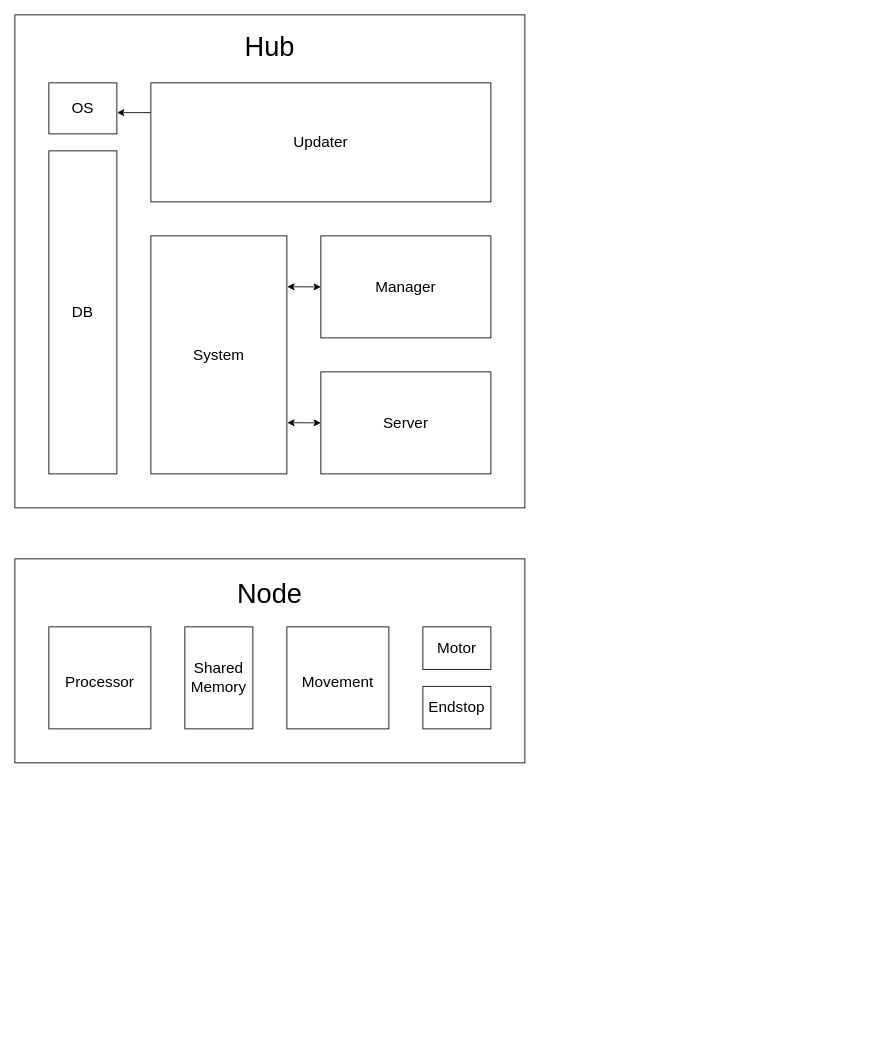
MPZinke/SmartCurtain keeps this draw.io diagram as Documentation/DrawIO/ADS.drawio. Above is the earlier version. Source tidied: cells renumbered, new cells numbered last; positions are measured from the earlier drawing's top-left corner, leaving out a move shared by most shapes. Both pictures are drawn from the tidied source at 85%, with x=0, y=0 at pixel (14, 14).
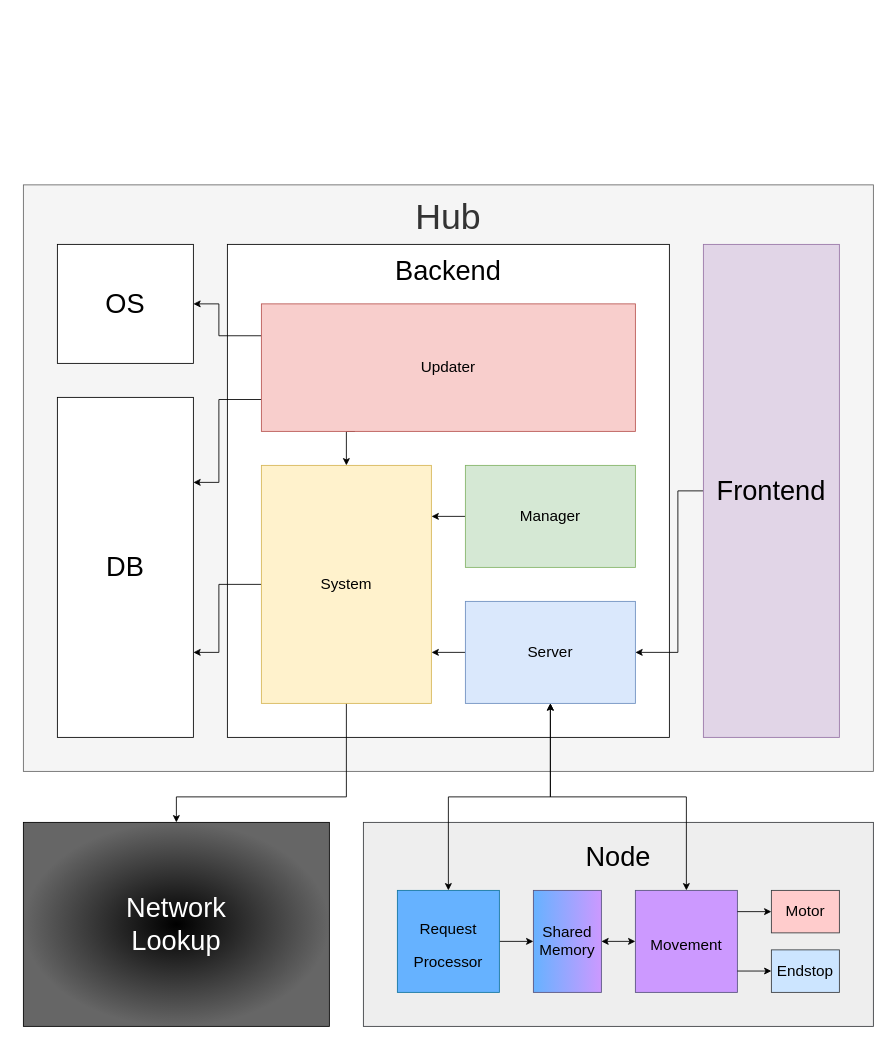
After the change.

What changed in the source:
```diff
@@
+    <mxCell id="18" value="&lt;font style=&quot;font-size: 42px;&quot;&gt;Hub&lt;/font&gt;&lt;br&gt;&lt;br&gt;&lt;br&gt;&lt;br&gt;&lt;br&gt;&lt;br&gt;&lt;br&gt;&lt;br&gt;&lt;br&gt;&lt;br&gt;&lt;br&gt;&lt;br&gt;&lt;br&gt;&lt;br&gt;&lt;br&gt;&lt;br&gt;&lt;br&gt;" style="rounded=0;whiteSpace=wrap;html=1;fontSize=32;fillColor=#f5f5f5;fontColor=#333333;strokeColor=#666666;" parent="1" vertex="1">
+      <mxGeometry x="10" y="200" width="1000" height="690" as="geometry" />
+    </mxCell>
-    <mxCell id="2" value="&lt;div&gt;&lt;font style=&quot;font-size: 32px;&quot;&gt;Hub&lt;/font&gt;&lt;/div&gt;&lt;div&gt;&lt;br&gt;&lt;/div&gt;&lt;div&gt;&lt;br&gt;&lt;/div&gt;&lt;div&gt;&lt;br&gt;&lt;/div&gt;&lt;div&gt;&lt;br&gt;&lt;/div&gt;&lt;div&gt;&lt;br&gt;&lt;/div&gt;&lt;div&gt;&lt;br&gt;&lt;/div&gt;&lt;div&gt;&lt;br&gt;&lt;/div&gt;&lt;div&gt;&lt;br&gt;&lt;/div&gt;&lt;div&gt;&lt;br&gt;&lt;/div&gt;&lt;div&gt;&lt;br&gt;&lt;/div&gt;&lt;div&gt;&lt;br&gt;&lt;/div&gt;&lt;div&gt;&lt;br&gt;&lt;/div&gt;&lt;div&gt;&lt;br&gt;&lt;/div&gt;&lt;div&gt;&lt;br&gt;&lt;/div&gt;&lt;div&gt;&lt;br&gt;&lt;/div&gt;&lt;div&gt;&lt;br&gt;&lt;/div&gt;&lt;div&gt;&lt;br&gt;&lt;/div&gt;&lt;div&gt;&lt;br&gt;&lt;/div&gt;&lt;div&gt;&lt;br&gt;&lt;/div&gt;&lt;div&gt;&lt;br&gt;&lt;/div&gt;&lt;div&gt;&lt;br&gt;&lt;/div&gt;&lt;div&gt;&lt;br&gt;&lt;/div&gt;&lt;div&gt;&lt;br&gt;&lt;/div&gt;&lt;div&gt;&lt;br&gt;&lt;/div&gt;&lt;div&gt;&lt;br&gt;&lt;/div&gt;&lt;div&gt;&lt;br&gt;&lt;/div&gt;&lt;div&gt;&lt;br&gt;&lt;/div&gt;&lt;div&gt;&lt;br&gt;&lt;/div&gt;&lt;div&gt;&lt;br&gt;&lt;/div&gt;&lt;div&gt;&lt;br&gt;&lt;/div&gt;&lt;div&gt;&lt;br&gt;&lt;/div&gt;&lt;div&gt;&lt;br&gt;&lt;/div&gt;&lt;div&gt;&lt;br&gt;&lt;/div&gt;&lt;div&gt;&lt;br&gt;&lt;/div&gt;&lt;div&gt;&lt;br&gt;&lt;/div&gt;" style="rounded=0;whiteSpace=wrap;html=1;" parent="1" vertex="1">
-      <mxGeometry width="600" height="580" as="geometry" />
+    <mxCell id="2" value="&lt;div&gt;&lt;font style=&quot;font-size: 32px;&quot;&gt;Backend&lt;/font&gt;&lt;/div&gt;&lt;div&gt;&lt;br&gt;&lt;/div&gt;&lt;div&gt;&lt;br&gt;&lt;/div&gt;&lt;div&gt;&lt;br&gt;&lt;/div&gt;&lt;div&gt;&lt;br&gt;&lt;/div&gt;&lt;div&gt;&lt;br&gt;&lt;/div&gt;&lt;div&gt;&lt;br&gt;&lt;/div&gt;&lt;div&gt;&lt;br&gt;&lt;/div&gt;&lt;div&gt;&lt;br&gt;&lt;/div&gt;&lt;div&gt;&lt;br&gt;&lt;/div&gt;&lt;div&gt;&lt;br&gt;&lt;/div&gt;&lt;div&gt;&lt;br&gt;&lt;/div&gt;&lt;div&gt;&lt;br&gt;&lt;/div&gt;&lt;div&gt;&lt;br&gt;&lt;/div&gt;&lt;div&gt;&lt;br&gt;&lt;/div&gt;&lt;div&gt;&lt;br&gt;&lt;/div&gt;&lt;div&gt;&lt;br&gt;&lt;/div&gt;&lt;div&gt;&lt;br&gt;&lt;/div&gt;&lt;div&gt;&lt;br&gt;&lt;/div&gt;&lt;div&gt;&lt;br&gt;&lt;/div&gt;&lt;div&gt;&lt;br&gt;&lt;/div&gt;&lt;div&gt;&lt;br&gt;&lt;/div&gt;&lt;div&gt;&lt;br&gt;&lt;/div&gt;&lt;div&gt;&lt;br&gt;&lt;/div&gt;&lt;div&gt;&lt;br&gt;&lt;/div&gt;&lt;div&gt;&lt;br&gt;&lt;/div&gt;&lt;div&gt;&lt;br&gt;&lt;/div&gt;&lt;div&gt;&lt;br&gt;&lt;/div&gt;&lt;div&gt;&lt;br&gt;&lt;/div&gt;&lt;div&gt;&lt;br&gt;&lt;/div&gt;&lt;div&gt;&lt;br&gt;&lt;/div&gt;&lt;div&gt;&lt;br&gt;&lt;/div&gt;&lt;div&gt;&lt;br&gt;&lt;/div&gt;&lt;div&gt;&lt;br&gt;&lt;/div&gt;&lt;div&gt;&lt;br&gt;&lt;/div&gt;&lt;div&gt;&lt;br&gt;&lt;/div&gt;&lt;div&gt;&lt;br&gt;&lt;/div&gt;" style="rounded=0;whiteSpace=wrap;html=1;" parent="1" vertex="1">
+      <mxGeometry x="250" y="270" width="520" height="580" as="geometry" />
     </mxCell>
-    <mxCell id="3" value="&lt;font style=&quot;font-size: 18px;&quot;&gt;DB&lt;/font&gt;" style="rounded=0;whiteSpace=wrap;html=1;" parent="1" vertex="1">
-      <mxGeometry x="40" y="160" width="80" height="380" as="geometry" />
+    <mxCell id="3" value="&lt;font style=&quot;font-size: 32px;&quot;&gt;DB&lt;/font&gt;" style="rounded=0;whiteSpace=wrap;html=1;" parent="1" vertex="1">
+      <mxGeometry x="50" y="450" width="160" height="400" as="geometry" />
     </mxCell>
+    <mxCell id="19" style="edgeStyle=orthogonalEdgeStyle;rounded=0;jettySize=auto;html=1;exitX=0.5;exitY=1;exitDx=0;exitDy=0;fontSize=32;fontColor=#FFFFFF;" parent="1" edge="1" source="4" target="26">
+      <mxGeometry relative="1" as="geometry">
+        <Array as="points">
+          <mxPoint x="390" y="920" />
+          <mxPoint x="190" y="920" />
+        </Array>
+      </mxGeometry>
+    </mxCell>
+    <mxCell id="20" style="edgeStyle=orthogonalEdgeStyle;rounded=0;jettySize=auto;html=1;exitX=0;exitY=0.5;exitDx=0;exitDy=0;entryX=1;entryY=0.75;entryDx=0;entryDy=0;fontSize=42;fontColor=#FFFFFF;" parent="1" edge="1" source="4" target="3">
+      <mxGeometry relative="1" as="geometry">
+        <Array as="points">
+          <mxPoint x="240" y="670" />
+          <mxPoint x="240" y="750" />
+        </Array>
+      </mxGeometry>
+    </mxCell>
-    <mxCell id="4" value="&lt;font style=&quot;font-size: 18px;&quot;&gt;System&lt;/font&gt;" style="rounded=0;whiteSpace=wrap;html=1;" parent="1" vertex="1">
-      <mxGeometry x="160" y="260" width="160" height="280" as="geometry" />
+    <mxCell id="4" value="&lt;font style=&quot;font-size: 18px;&quot;&gt;System&lt;/font&gt;" style="rounded=0;whiteSpace=wrap;html=1;fillColor=#fff2cc;strokeColor=#d6b656;" parent="1" vertex="1">
+      <mxGeometry x="290" y="530" width="200" height="280" as="geometry" />
     </mxCell>
-    <mxCell id="5" value="&lt;font style=&quot;font-size: 18px;&quot;&gt;OS&lt;/font&gt;" style="rounded=0;whiteSpace=wrap;html=1;" parent="1" vertex="1">
-      <mxGeometry x="40" y="80" width="80" height="60" as="geometry" />
+    <mxCell id="5" value="&lt;font style=&quot;font-size: 32px;&quot;&gt;OS&lt;/font&gt;" style="rounded=0;whiteSpace=wrap;html=1;" parent="1" vertex="1">
+      <mxGeometry x="50" y="270" width="160" height="140" as="geometry" />
     </mxCell>
+    <mxCell id="21" style="edgeStyle=orthogonalEdgeStyle;rounded=0;jettySize=auto;html=1;exitX=0.25;exitY=1;exitDx=0;exitDy=0;entryX=0.5;entryY=0;entryDx=0;entryDy=0;fontSize=42;fontColor=#FFFFFF;" parent="1" edge="1" source="7" target="4">
+      <mxGeometry relative="1" as="geometry">
+        <Array as="points">
+          <mxPoint x="390" y="490" />
+        </Array>
+      </mxGeometry>
+    </mxCell>
-    <mxCell id="6" style="edgeStyle=orthogonalEdgeStyle;rounded=0;jettySize=auto;html=1;exitX=0;exitY=0.25;exitDx=0;exitDy=0;entryX=1.003;entryY=0.593;entryDx=0;entryDy=0;entryPerimeter=0;fontSize=32;" parent="1" edge="1" source="7" target="5">
-      <mxGeometry relative="1" as="geometry" />
+    <mxCell id="6" style="edgeStyle=orthogonalEdgeStyle;rounded=0;jettySize=auto;html=1;exitX=0;exitY=0.25;exitDx=0;exitDy=0;entryX=1;entryY=0.5;entryDx=0;entryDy=0;fontSize=42;fontColor=#FFFFFF;" parent="1" edge="1" source="7" target="5">
+      <mxGeometry relative="1" as="geometry">
+        <Array as="points">
+          <mxPoint x="240" y="377" />
+          <mxPoint x="240" y="340" />
+        </Array>
+      </mxGeometry>
     </mxCell>
+    <mxCell id="22" style="edgeStyle=orthogonalEdgeStyle;rounded=0;jettySize=auto;html=1;exitX=0;exitY=0.75;exitDx=0;exitDy=0;entryX=1;entryY=0.25;entryDx=0;entryDy=0;fontSize=42;fontColor=#FFFFFF;" parent="1" edge="1" source="7" target="3">
+      <mxGeometry relative="1" as="geometry">
+        <Array as="points">
+          <mxPoint x="240" y="453" />
+          <mxPoint x="240" y="550" />
+        </Array>
+      </mxGeometry>
+    </mxCell>
-    <mxCell id="7" value="&lt;font style=&quot;font-size: 18px;&quot;&gt;Updater&lt;/font&gt;" style="rounded=0;whiteSpace=wrap;html=1;" parent="1" vertex="1">
-      <mxGeometry x="160" y="80" width="400" height="140" as="geometry" />
+    <mxCell id="7" value="&lt;font style=&quot;font-size: 18px;&quot;&gt;Updater&lt;/font&gt;" style="rounded=0;whiteSpace=wrap;html=1;fillColor=#f8cecc;strokeColor=#b85450;" parent="1" vertex="1">
+      <mxGeometry x="290" y="340" width="440" height="150" as="geometry" />
     </mxCell>
+    <mxCell id="23" style="edgeStyle=orthogonalEdgeStyle;rounded=0;jettySize=auto;html=1;exitX=0;exitY=0.5;exitDx=0;exitDy=0;entryX=0.462;entryY=0.828;entryDx=0;entryDy=0;entryPerimeter=0;fontSize=42;fontColor=#FFFFFF;" parent="1" edge="1" source="8" target="2">
+      <mxGeometry relative="1" as="geometry" />
+    </mxCell>
-    <mxCell id="8" value="&lt;font style=&quot;font-size: 18px;&quot;&gt;Server&lt;/font&gt;" style="rounded=0;whiteSpace=wrap;html=1;" parent="1" vertex="1">
-      <mxGeometry x="360" y="420" width="200" height="120" as="geometry" />
+    <mxCell id="8" value="&lt;font style=&quot;font-size: 18px;&quot;&gt;Server&lt;/font&gt;" style="rounded=0;whiteSpace=wrap;html=1;fillColor=#dae8fc;strokeColor=#6c8ebf;" parent="1" vertex="1">
+      <mxGeometry x="530" y="690" width="200" height="120" as="geometry" />
     </mxCell>
+    <mxCell id="24" style="edgeStyle=orthogonalEdgeStyle;rounded=0;jettySize=auto;html=1;exitX=0;exitY=0.5;exitDx=0;exitDy=0;entryX=0.462;entryY=0.552;entryDx=0;entryDy=0;entryPerimeter=0;fontSize=42;fontColor=#FFFFFF;" parent="1" edge="1" source="9" target="2">
+      <mxGeometry relative="1" as="geometry" />
+    </mxCell>
-    <mxCell id="9" value="&lt;font style=&quot;font-size: 18px;&quot;&gt;Manager&lt;/font&gt;" style="rounded=0;whiteSpace=wrap;html=1;" parent="1" vertex="1">
-      <mxGeometry x="360" y="260" width="200" height="120" as="geometry" />
+    <mxCell id="9" value="&lt;font style=&quot;font-size: 18px;&quot;&gt;Manager&lt;/font&gt;" style="rounded=0;whiteSpace=wrap;html=1;fillColor=#d5e8d4;strokeColor=#82b366;" parent="1" vertex="1">
+      <mxGeometry x="530" y="530" width="200" height="120" as="geometry" />
     </mxCell>
-    <mxCell id="10" style="endArrow=classic;startArrow=classic;html=1;rounded=0;fontSize=32;exitX=0;exitY=0.5;exitDx=0;exitDy=0;entryX=1.003;entryY=0.214;entryDx=0;entryDy=0;entryPerimeter=0;" parent="1" edge="1" source="9" target="4">
-      <mxGeometry relative="1" as="geometry" />
-    </mxCell>
-    <mxCell id="11" style="endArrow=classic;startArrow=classic;html=1;rounded=0;fontSize=32;entryX=0;entryY=0.5;entryDx=0;entryDy=0;exitX=1.003;exitY=0.785;exitDx=0;exitDy=0;exitPerimeter=0;" parent="1" edge="1" source="4" target="8">
-      <mxGeometry relative="1" as="geometry" />
-    </mxCell>
-    <mxCell id="12" value="&lt;div&gt;Node&lt;/div&gt;&lt;div style=&quot;font-size: 12px;&quot;&gt;&lt;br&gt;&lt;/div&gt;&lt;div style=&quot;font-size: 12px;&quot;&gt;&lt;br&gt;&lt;/div&gt;&lt;div style=&quot;font-size: 12px;&quot;&gt;&lt;br&gt;&lt;/div&gt;&lt;div style=&quot;font-size: 12px;&quot;&gt;&lt;br&gt;&lt;/div&gt;&lt;div style=&quot;font-size: 12px;&quot;&gt;&lt;br&gt;&lt;/div&gt;&lt;div style=&quot;font-size: 12px;&quot;&gt;&lt;br&gt;&lt;/div&gt;&lt;div style=&quot;font-size: 12px;&quot;&gt;&lt;br&gt;&lt;/div&gt;&lt;div style=&quot;font-size: 12px;&quot;&gt;&lt;br&gt;&lt;/div&gt;&lt;div style=&quot;font-size: 12px;&quot;&gt;&lt;br&gt;&lt;/div&gt;&lt;div style=&quot;font-size: 12px;&quot;&gt;&lt;br&gt;&lt;/div&gt;&lt;div style=&quot;font-size: 12px;&quot;&gt;&lt;br&gt;&lt;/div&gt;" style="rounded=0;whiteSpace=wrap;html=1;fontSize=32;" parent="1" vertex="1">
-      <mxGeometry y="640" width="600" height="240" as="geometry" />
+    <mxCell id="12" value="&lt;div&gt;Node&lt;/div&gt;&lt;div style=&quot;font-size: 12px;&quot;&gt;&lt;br&gt;&lt;/div&gt;&lt;div style=&quot;font-size: 12px;&quot;&gt;&lt;br&gt;&lt;/div&gt;&lt;div style=&quot;font-size: 12px;&quot;&gt;&lt;br&gt;&lt;/div&gt;&lt;div style=&quot;font-size: 12px;&quot;&gt;&lt;br&gt;&lt;/div&gt;&lt;div style=&quot;font-size: 12px;&quot;&gt;&lt;br&gt;&lt;/div&gt;&lt;div style=&quot;font-size: 12px;&quot;&gt;&lt;br&gt;&lt;/div&gt;&lt;div style=&quot;font-size: 12px;&quot;&gt;&lt;br&gt;&lt;/div&gt;&lt;div style=&quot;font-size: 12px;&quot;&gt;&lt;br&gt;&lt;/div&gt;&lt;div style=&quot;font-size: 12px;&quot;&gt;&lt;br&gt;&lt;/div&gt;&lt;div style=&quot;font-size: 12px;&quot;&gt;&lt;br&gt;&lt;/div&gt;&lt;div style=&quot;font-size: 12px;&quot;&gt;&lt;br&gt;&lt;/div&gt;" style="rounded=0;whiteSpace=wrap;html=1;fontSize=32;fillColor=#eeeeee;strokeColor=#36393d;gradientDirection=radial;" parent="1" vertex="1">
+      <mxGeometry x="410" y="950" width="600" height="240" as="geometry" />
     </mxCell>
+    <mxCell id="25" style="edgeStyle=orthogonalEdgeStyle;rounded=0;jettySize=auto;html=1;exitX=1;exitY=0.5;exitDx=0;exitDy=0;entryX=0;entryY=0.5;entryDx=0;entryDy=0;fontSize=42;fontColor=#FFFFFF;" parent="1" edge="1" source="13" target="15">
+      <mxGeometry relative="1" as="geometry" />
+    </mxCell>
-    <mxCell id="13" value="&lt;font style=&quot;font-size: 18px;&quot;&gt;Proces&lt;font style=&quot;font-size: 18px;&quot;&gt;s&lt;/font&gt;&lt;/font&gt;&lt;font style=&quot;font-size: 18px;&quot;&gt;or&lt;/font&gt;" style="rounded=0;whiteSpace=wrap;html=1;fontSize=32;" parent="1" vertex="1">
-      <mxGeometry x="40" y="720" width="120" height="120" as="geometry" />
+    <mxCell id="13" value="&lt;font style=&quot;font-size: 18px;&quot;&gt;Request Proces&lt;font style=&quot;font-size: 18px;&quot;&gt;s&lt;/font&gt;&lt;/font&gt;&lt;font style=&quot;font-size: 18px;&quot;&gt;or&lt;/font&gt;" style="rounded=0;whiteSpace=wrap;html=1;fontSize=32;fillColor=#66B2FF;strokeColor=#10739e;" parent="1" vertex="1">
+      <mxGeometry x="450" y="1030" width="120" height="120" as="geometry" />
     </mxCell>
-    <mxCell id="14" value="&lt;font style=&quot;font-size: 18px;&quot;&gt;Movement&lt;/font&gt;" style="rounded=0;whiteSpace=wrap;html=1;fontSize=32;" parent="1" vertex="1">
-      <mxGeometry x="320" y="720" width="120" height="120" as="geometry" />
+    <mxCell id="14" value="&lt;font style=&quot;font-size: 18px;&quot;&gt;Movement&lt;/font&gt;" style="rounded=0;whiteSpace=wrap;html=1;fontSize=32;fillColor=#CC99FF;strokeColor=#56517e;" parent="1" vertex="1">
+      <mxGeometry x="730" y="1030" width="120" height="120" as="geometry" />
     </mxCell>
-    <mxCell id="15" value="Shared Memory" style="rounded=0;whiteSpace=wrap;html=1;fontSize=18;" parent="1" vertex="1">
-      <mxGeometry x="200" y="720" width="80" height="120" as="geometry" />
+    <mxCell id="15" value="Shared Memory" style="rounded=0;whiteSpace=wrap;html=1;fontSize=18;fillColor=#CC99FF;strokeColor=#56517e;gradientColor=#66B2FF;gradientDirection=west;" parent="1" vertex="1">
+      <mxGeometry x="610" y="1030" width="80" height="120" as="geometry" />
     </mxCell>
-    <mxCell id="16" value="Motor" style="rounded=0;whiteSpace=wrap;html=1;fontSize=18;" parent="1" vertex="1">
-      <mxGeometry x="480" y="720" width="80" height="50" as="geometry" />
+    <mxCell id="16" value="Motor" style="rounded=0;whiteSpace=wrap;html=1;fontSize=18;fillColor=#ffcccc;strokeColor=#36393d;" parent="1" vertex="1">
+      <mxGeometry x="890" y="1030" width="80" height="50" as="geometry" />
     </mxCell>
-    <mxCell id="17" value="Endstop" style="rounded=0;whiteSpace=wrap;html=1;fontSize=18;" parent="1" vertex="1">
-      <mxGeometry x="480" y="790" width="80" height="50" as="geometry" />
+    <mxCell id="17" value="Endstop" style="rounded=0;whiteSpace=wrap;html=1;fontSize=18;fillColor=#cce5ff;strokeColor=#36393d;" parent="1" vertex="1">
+      <mxGeometry x="890" y="1100" width="80" height="50" as="geometry" />
     </mxCell>
+    <mxCell id="26" value="&lt;font style=&quot;font-size: 32px;&quot;&gt;Network&lt;br&gt;Lookup&lt;br&gt;&lt;/font&gt;" style="rounded=0;whiteSpace=wrap;html=1;fillColor=#000000;gradientColor=#666666;gradientDirection=radial;fontColor=#FFFFFF;" parent="1" vertex="1">
+      <mxGeometry x="10" y="950" width="360" height="240" as="geometry" />
+    </mxCell>
+    <mxCell id="27" style="edgeStyle=orthogonalEdgeStyle;rounded=0;jettySize=auto;html=1;exitX=0;exitY=0.5;exitDx=0;exitDy=0;entryX=1;entryY=0.5;entryDx=0;entryDy=0;fontSize=42;fontColor=#FFFFFF;" parent="1" edge="1" source="28" target="8">
+      <mxGeometry relative="1" as="geometry">
+        <Array as="points">
+          <mxPoint x="780" y="560" />
+          <mxPoint x="780" y="750" />
+        </Array>
+      </mxGeometry>
+    </mxCell>
+    <mxCell id="28" value="Frontend" style="rounded=0;whiteSpace=wrap;html=1;fontSize=32;fillColor=#e1d5e7;strokeColor=#9673a6;" parent="1" vertex="1">
+      <mxGeometry x="810" y="270" width="160" height="580" as="geometry" />
+    </mxCell>
+    <mxCell id="29" style="endArrow=classic;startArrow=classic;html=1;rounded=0;fontSize=32;fontColor=#FFFFFF;entryX=0.5;entryY=1;entryDx=0;entryDy=0;exitX=0.5;exitY=0;exitDx=0;exitDy=0;edgeStyle=orthogonalEdgeStyle;" parent="1" edge="1" source="13" target="8">
+      <mxGeometry relative="1" as="geometry" />
+    </mxCell>
+    <mxCell id="30" style="endArrow=classic;startArrow=classic;html=1;rounded=0;fontSize=42;fontColor=#FFFFFF;exitX=1;exitY=0.5;exitDx=0;exitDy=0;entryX=0;entryY=0.5;entryDx=0;entryDy=0;" parent="1" edge="1" source="15" target="14">
+      <mxGeometry relative="1" as="geometry" />
+    </mxCell>
+    <mxCell id="31" style="endArrow=classic;html=1;rounded=0;fontSize=42;fontColor=#FFFFFF;entryX=0;entryY=0.5;entryDx=0;entryDy=0;" parent="1" edge="1" target="16">
+      <mxGeometry relative="1" as="geometry">
+        <mxPoint x="850" y="1055" as="sourcePoint" />
+      </mxGeometry>
+    </mxCell>
+    <mxCell id="32" style="endArrow=classic;html=1;rounded=0;fontSize=42;fontColor=#FFFFFF;entryX=0;entryY=0.5;entryDx=0;entryDy=0;" parent="1" edge="1">
+      <mxGeometry relative="1" as="geometry">
+        <mxPoint x="850" y="1124.9" as="sourcePoint" />
+        <mxPoint x="890" y="1124.9" as="targetPoint" />
+      </mxGeometry>
+    </mxCell>
+    <mxCell id="33" style="endArrow=classic;startArrow=classic;html=1;rounded=0;fontSize=42;fontColor=#FFFFFF;exitX=0.5;exitY=1;exitDx=0;exitDy=0;entryX=0.5;entryY=0;entryDx=0;entryDy=0;edgeStyle=orthogonalEdgeStyle;" parent="1" edge="1" source="8" target="14">
+      <mxGeometry relative="1" as="geometry" />
+    </mxCell>
```
